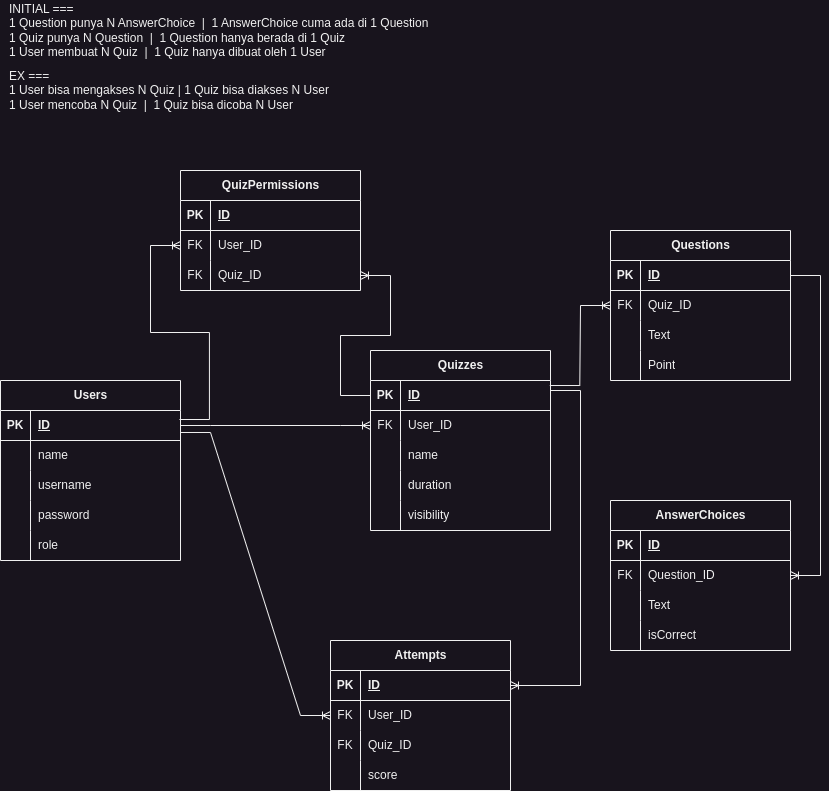
The draw.io diagram misc/quizSchema.png in Yuquiz/Yuquiz-BE, before a commit. Source tidied: cells renumbered, new cells last; positions are measured from the earlier drawing's top-left corner, leaving out a move shared by most shapes.
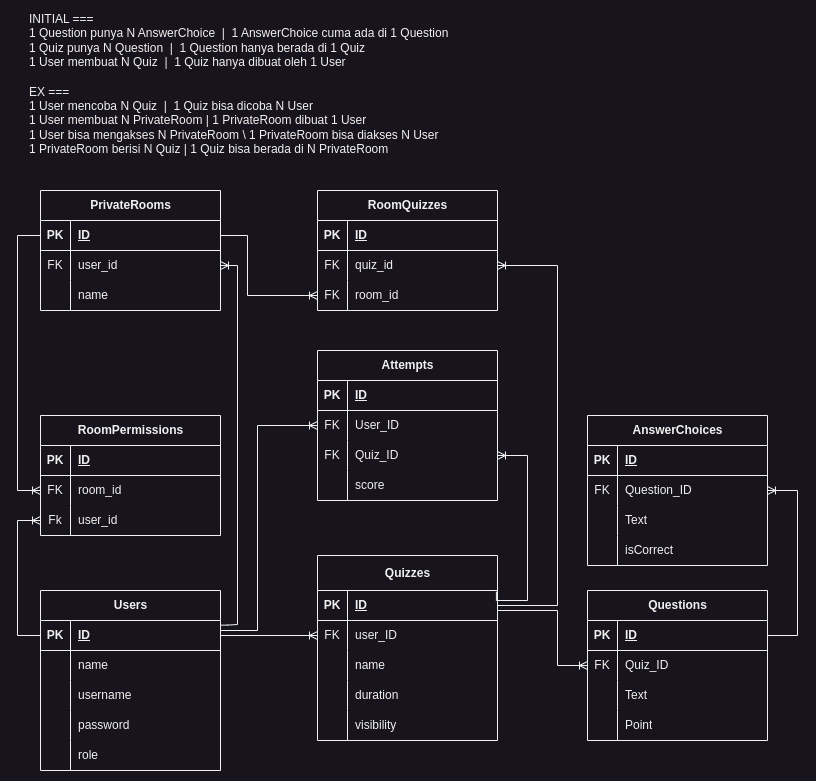
The same diagram one commit later.

Change to the diagram source:
```diff
@@ -5,3 +5,3 @@
     <mxCell id="2" value="Questions" style="shape=table;startSize=30;rowLines=0;fontStyle=1;align=center;html=1;" parent="1" vertex="1">
-      <mxGeometry x="610" y="230" width="180" height="150" as="geometry" />
+      <mxGeometry x="597" y="510" width="180" height="150" as="geometry" />
     </mxCell>
@@ -44,3 +44,3 @@
     <mxCell id="15" value="AnswerChoices" style="shape=table;startSize=30;rowLines=0;fontStyle=1;align=center;html=1;" parent="1" vertex="1">
-      <mxGeometry x="610" y="500" width="180" height="150" as="geometry" />
+      <mxGeometry x="597" y="335" width="180" height="150" as="geometry" />
     </mxCell>
@@ -83,9 +83,9 @@
     <mxCell id="28" value="INITIAL ===&lt;br&gt;1 Question punya N AnswerChoice&amp;nbsp; |&amp;nbsp; 1 AnswerChoice cuma ada di 1 Question&lt;br&gt;1 Quiz punya N Question&amp;nbsp; |&amp;nbsp; 1 Question hanya berada di 1 Quiz&lt;br&gt;1 User membuat N Quiz&amp;nbsp; |&amp;nbsp; 1 Quiz hanya dibuat oleh 1 User" style="text;html=1;strokeColor=none;fillColor=none;align=left;verticalAlign=middle;whiteSpace=wrap;rounded=0;" parent="1" vertex="1">
-      <mxGeometry x="7" width="430" height="60" as="geometry" />
+      <mxGeometry x="37" y="-70" width="430" height="60" as="geometry" />
     </mxCell>
-    <mxCell id="29" value="Quizzes" style="shape=table;startSize=30;rowLines=0;fontStyle=1;align=center;html=1;" parent="1" vertex="1">
-      <mxGeometry x="370" y="350" width="180" height="180" as="geometry" />
+    <mxCell id="29" value="Quizzes" style="shape=table;startSize=35;rowLines=0;fontStyle=1;align=center;html=1;" parent="1" vertex="1">
+      <mxGeometry x="327" y="475" width="180" height="185" as="geometry" />
     </mxCell>
     <mxCell id="30" style="shape=tableRow;horizontal=0;startSize=0;swimlaneHead=0;swimlaneBody=0;fillColor=none;points=[[0,0.5],[1,0.5]];portConstraint=eastwest;top=0;left=0;right=0;bottom=1;" parent="29" vertex="1">
-      <mxGeometry y="30" width="180" height="30" as="geometry" />
+      <mxGeometry y="35" width="180" height="30" as="geometry" />
     </mxCell>
@@ -98,3 +98,3 @@
     <mxCell id="33" style="shape=tableRow;horizontal=0;startSize=0;swimlaneHead=0;swimlaneBody=0;fillColor=none;points=[[0,0.5],[1,0.5]];portConstraint=eastwest;top=0;left=0;right=0;bottom=0;" parent="29" vertex="1">
-      <mxGeometry y="60" width="180" height="30" as="geometry" />
+      <mxGeometry y="65" width="180" height="30" as="geometry" />
     </mxCell>
@@ -103,3 +103,3 @@
     </mxCell>
-    <mxCell id="35" value="User_ID" style="shape=partialRectangle;fillColor=none;top=0;left=0;bottom=0;right=0;align=left;spacingLeft=6;overflow=hidden;whiteSpace=wrap;html=1;" parent="33" vertex="1">
+    <mxCell id="35" value="user_ID" style="shape=partialRectangle;fillColor=none;top=0;left=0;bottom=0;right=0;align=left;spacingLeft=6;overflow=hidden;whiteSpace=wrap;html=1;" parent="33" vertex="1">
       <mxGeometry x="30" width="150" height="30" as="geometry" />
@@ -107,3 +107,3 @@
     <mxCell id="36" style="shape=tableRow;horizontal=0;startSize=0;swimlaneHead=0;swimlaneBody=0;fillColor=none;top=0;left=0;right=0;bottom=0;" parent="29" vertex="1">
-      <mxGeometry y="90" width="180" height="30" as="geometry" />
+      <mxGeometry y="95" width="180" height="30" as="geometry" />
     </mxCell>
@@ -116,3 +116,3 @@
     <mxCell id="39" style="shape=tableRow;horizontal=0;startSize=0;swimlaneHead=0;swimlaneBody=0;fillColor=none;top=0;left=0;right=0;bottom=0;" parent="29" vertex="1">
-      <mxGeometry y="120" width="180" height="30" as="geometry" />
+      <mxGeometry y="125" width="180" height="30" as="geometry" />
     </mxCell>
@@ -125,3 +125,3 @@
     <mxCell id="42" style="shape=tableRow;horizontal=0;startSize=0;swimlaneHead=0;swimlaneBody=0;fillColor=none;top=0;left=0;right=0;bottom=0;" parent="29" vertex="1">
-      <mxGeometry y="150" width="180" height="30" as="geometry" />
+      <mxGeometry y="155" width="180" height="30" as="geometry" />
     </mxCell>
@@ -134,3 +134,3 @@
     <mxCell id="45" value="Users" style="shape=table;startSize=30;rowLines=0;fontStyle=1;align=center;html=1;" parent="1" vertex="1">
-      <mxGeometry y="380" width="180" height="180" as="geometry" />
+      <mxGeometry x="50" y="510" width="180" height="180" as="geometry" />
     </mxCell>
@@ -181,4 +181,8 @@
     </mxCell>
-    <mxCell id="61" style="edgeStyle=entityRelationEdgeStyle;fontSize=12;html=1;endArrow=ERoneToMany;rounded=0;exitX=1;exitY=0.5;exitDx=0;exitDy=0;entryX=0;entryY=0.5;entryDx=0;entryDy=0;" parent="1" edge="1" source="46" target="33">
-      <mxGeometry relative="1" as="geometry" />
+    <mxCell id="61" style="edgeStyle=orthogonalEdgeStyle;fontSize=12;html=1;endArrow=ERoneToMany;rounded=0;entryX=0;entryY=0.5;entryDx=0;entryDy=0;exitX=1;exitY=0.5;exitDx=0;exitDy=0;" parent="1" edge="1" source="46" target="33">
+      <mxGeometry relative="1" as="geometry">
+        <Array as="points">
+          <mxPoint x="327" y="555" />
+        </Array>
+      </mxGeometry>
     </mxCell>
@@ -187,3 +191,3 @@
         <Array as="points">
-          <mxPoint x="790" y="540" />
+          <mxPoint x="810" y="340" />
         </Array>
@@ -191,6 +195,8 @@
     </mxCell>
-    <mxCell id="63" style="edgeStyle=entityRelationEdgeStyle;fontSize=12;html=1;endArrow=ERoneToMany;rounded=0;entryX=0;entryY=0.5;entryDx=0;entryDy=0;exitX=0.996;exitY=0.167;exitDx=0;exitDy=0;exitPerimeter=0;" parent="1" edge="1" source="30" target="6">
+    <mxCell id="63" style="edgeStyle=orthogonalEdgeStyle;fontSize=12;html=1;endArrow=ERoneToMany;rounded=0;entryX=0;entryY=0.5;entryDx=0;entryDy=0;exitX=1;exitY=0.5;exitDx=0;exitDy=0;" parent="1" edge="1" source="30" target="6">
       <mxGeometry relative="1" as="geometry">
         <Array as="points">
-          <mxPoint x="560" y="380" />
+          <mxPoint x="507" y="530" />
+          <mxPoint x="567" y="530" />
+          <mxPoint x="567" y="585" />
         </Array>
@@ -198,7 +204,7 @@
     </mxCell>
-    <mxCell id="64" value="EX ===&lt;br&gt;1 User bisa mengakses N Quiz | 1 Quiz bisa diakses N User&lt;br&gt;1 User mencoba N Quiz&amp;nbsp; |&amp;nbsp; 1 Quiz bisa dicoba N User" style="text;html=1;strokeColor=none;fillColor=none;align=left;verticalAlign=middle;whiteSpace=wrap;rounded=0;" parent="1" vertex="1">
-      <mxGeometry x="7" y="60" width="430" height="60" as="geometry" />
+    <mxCell id="64" value="EX ===&lt;br&gt;1 User mencoba N Quiz&amp;nbsp; |&amp;nbsp; 1 Quiz bisa dicoba N User&lt;br&gt;1 User membuat N PrivateRoom | 1 PrivateRoom dibuat 1 User&lt;br&gt;1 User bisa mengakses N PrivateRoom \ 1 PrivateRoom bisa diakses N User&lt;br&gt;1 PrivateRoom berisi N Quiz | 1 Quiz bisa berada di N PrivateRoom" style="text;html=1;strokeColor=none;fillColor=none;align=left;verticalAlign=middle;whiteSpace=wrap;rounded=0;" parent="1" vertex="1">
+      <mxGeometry x="37" y="10" width="430" height="60" as="geometry" />
     </mxCell>
     <mxCell id="65" value="Attempts" style="shape=table;startSize=30;rowLines=0;fontStyle=1;align=center;html=1;" parent="1" vertex="1">
-      <mxGeometry x="330" y="640" width="180" height="150" as="geometry" />
+      <mxGeometry x="327" y="270" width="180" height="150" as="geometry" />
     </mxCell>
@@ -240,53 +246,8 @@
     </mxCell>
-    <mxCell id="78" value="QuizPermissions" style="shape=table;startSize=30;rowLines=0;fontStyle=1;align=center;html=1;" parent="1" vertex="1">
-      <mxGeometry x="180" y="170" width="180" height="120" as="geometry" />
-    </mxCell>
-    <mxCell id="79" style="shape=tableRow;horizontal=0;startSize=0;swimlaneHead=0;swimlaneBody=0;fillColor=none;top=0;left=0;right=0;bottom=1;" parent="78" vertex="1">
-      <mxGeometry y="30" width="180" height="30" as="geometry" />
-    </mxCell>
-    <mxCell id="80" value="PK" style="shape=partialRectangle;fillColor=none;top=0;left=0;bottom=0;right=0;fontStyle=1;overflow=hidden;whiteSpace=wrap;html=1;" parent="79" vertex="1">
-      <mxGeometry width="30" height="30" as="geometry" />
-    </mxCell>
-    <mxCell id="81" value="ID" style="shape=partialRectangle;fillColor=none;top=0;left=0;bottom=0;right=0;align=left;spacingLeft=6;fontStyle=5;overflow=hidden;whiteSpace=wrap;html=1;" parent="79" vertex="1">
-      <mxGeometry x="30" width="150" height="30" as="geometry" />
-    </mxCell>
-    <mxCell id="82" style="shape=tableRow;horizontal=0;startSize=0;swimlaneHead=0;swimlaneBody=0;fillColor=none;points=[[0,0.5],[1,0.5]];portConstraint=eastwest;top=0;left=0;right=0;bottom=0;" parent="78" vertex="1">
-      <mxGeometry y="60" width="180" height="30" as="geometry" />
-    </mxCell>
-    <mxCell id="83" value="FK" style="shape=partialRectangle;fillColor=none;top=0;left=0;bottom=0;right=0;overflow=hidden;whiteSpace=wrap;html=1;" parent="82" vertex="1">
-      <mxGeometry width="30" height="30" as="geometry" />
-    </mxCell>
-    <mxCell id="84" value="User_ID" style="shape=partialRectangle;fillColor=none;top=0;left=0;bottom=0;right=0;align=left;spacingLeft=6;overflow=hidden;whiteSpace=wrap;html=1;" parent="82" vertex="1">
-      <mxGeometry x="30" width="150" height="30" as="geometry" />
-    </mxCell>
-    <mxCell id="85" style="shape=tableRow;horizontal=0;startSize=0;swimlaneHead=0;swimlaneBody=0;fillColor=none;points=[[0,0.5],[1,0.5]];portConstraint=eastwest;top=0;left=0;right=0;bottom=0;" parent="78" vertex="1">
-      <mxGeometry y="90" width="180" height="30" as="geometry" />
-    </mxCell>
-    <mxCell id="86" value="FK" style="shape=partialRectangle;fillColor=none;top=0;left=0;bottom=0;right=0;overflow=hidden;whiteSpace=wrap;html=1;" parent="85" vertex="1">
-      <mxGeometry width="30" height="30" as="geometry" />
-    </mxCell>
-    <mxCell id="87" value="Quiz_ID" style="shape=partialRectangle;fillColor=none;top=0;left=0;bottom=0;right=0;align=left;spacingLeft=6;overflow=hidden;whiteSpace=wrap;html=1;" parent="85" vertex="1">
-      <mxGeometry x="30" width="150" height="30" as="geometry" />
-    </mxCell>
-    <mxCell id="88" style="edgeStyle=entityRelationEdgeStyle;fontSize=12;html=1;endArrow=ERoneToMany;rounded=0;entryX=0;entryY=0.5;entryDx=0;entryDy=0;exitX=0.994;exitY=0.3;exitDx=0;exitDy=0;exitPerimeter=0;" parent="1" edge="1" source="46" target="82">
-      <mxGeometry relative="1" as="geometry">
-        <Array as="points">
-          <mxPoint x="120" y="300" />
-        </Array>
-      </mxGeometry>
-    </mxCell>
-    <mxCell id="89" style="edgeStyle=entityRelationEdgeStyle;fontSize=12;html=1;endArrow=ERoneToMany;rounded=0;exitX=0;exitY=0.5;exitDx=0;exitDy=0;entryX=1;entryY=0.5;entryDx=0;entryDy=0;" parent="1" edge="1" source="30" target="85">
-      <mxGeometry relative="1" as="geometry">
-        <Array as="points">
-          <mxPoint x="460" y="290" />
-          <mxPoint x="450" y="280" />
-          <mxPoint x="130" y="310" />
-        </Array>
-      </mxGeometry>
-    </mxCell>
-    <mxCell id="90" style="edgeStyle=entityRelationEdgeStyle;fontSize=12;html=1;endArrow=ERoneToMany;rounded=0;exitX=1;exitY=-0.267;exitDx=0;exitDy=0;entryX=0;entryY=0.5;entryDx=0;entryDy=0;exitPerimeter=0;" parent="1" edge="1" source="49" target="69">
+    <mxCell id="90" style="edgeStyle=orthogonalEdgeStyle;fontSize=12;html=1;endArrow=ERoneToMany;rounded=0;entryX=0;entryY=0.5;entryDx=0;entryDy=0;exitX=1;exitY=0.152;exitDx=0;exitDy=0;exitPerimeter=0;" parent="1" edge="1" source="46" target="69">
       <mxGeometry relative="1" as="geometry">
         <Array as="points">
-          <mxPoint x="180" y="580" />
-          <mxPoint x="240" y="580" />
+          <mxPoint x="230" y="550" />
+          <mxPoint x="267" y="550" />
+          <mxPoint x="267" y="345" />
         </Array>
@@ -294,10 +255,8 @@
     </mxCell>
-    <mxCell id="91" style="edgeStyle=entityRelationEdgeStyle;fontSize=12;html=1;endArrow=ERoneToMany;rounded=0;entryX=1;entryY=0.5;entryDx=0;entryDy=0;" parent="1" edge="1" target="66">
+    <mxCell id="91" style="edgeStyle=orthogonalEdgeStyle;fontSize=12;html=1;endArrow=ERoneToMany;rounded=0;entryX=1;entryY=0.5;entryDx=0;entryDy=0;exitX=0.994;exitY=0.041;exitDx=0;exitDy=0;exitPerimeter=0;" parent="1" edge="1" source="30" target="72">
       <mxGeometry relative="1" as="geometry">
-        <mxPoint x="550" y="390" as="sourcePoint" />
         <Array as="points">
-          <mxPoint x="470" y="300" />
-          <mxPoint x="460" y="290" />
-          <mxPoint x="140" y="320" />
-          <mxPoint x="560" y="610" />
+          <mxPoint x="506" y="520" />
+          <mxPoint x="537" y="520" />
+          <mxPoint x="537" y="375" />
         </Array>
@@ -305,2 +264,134 @@
     </mxCell>
+    <mxCell id="92" value="RoomPermissions" style="shape=table;startSize=30;rowLines=0;fontStyle=1;align=center;html=1;" parent="1" vertex="1">
+      <mxGeometry x="50" y="335" width="180" height="120" as="geometry" />
+    </mxCell>
+    <mxCell id="93" style="shape=tableRow;horizontal=0;startSize=0;swimlaneHead=0;swimlaneBody=0;fillColor=none;top=0;left=0;right=0;bottom=1;" parent="92" vertex="1">
+      <mxGeometry y="30" width="180" height="30" as="geometry" />
+    </mxCell>
+    <mxCell id="94" value="PK" style="shape=partialRectangle;fillColor=none;top=0;left=0;bottom=0;right=0;fontStyle=1;overflow=hidden;whiteSpace=wrap;html=1;" parent="93" vertex="1">
+      <mxGeometry width="30" height="30" as="geometry" />
+    </mxCell>
+    <mxCell id="95" value="ID" style="shape=partialRectangle;fillColor=none;top=0;left=0;bottom=0;right=0;align=left;spacingLeft=6;fontStyle=5;overflow=hidden;whiteSpace=wrap;html=1;" parent="93" vertex="1">
+      <mxGeometry x="30" width="150" height="30" as="geometry" />
+    </mxCell>
+    <mxCell id="96" style="shape=tableRow;horizontal=0;startSize=0;swimlaneHead=0;swimlaneBody=0;fillColor=none;points=[[0,0.5],[1,0.5]];portConstraint=eastwest;top=0;left=0;right=0;bottom=0;" parent="92" vertex="1">
+      <mxGeometry y="60" width="180" height="30" as="geometry" />
+    </mxCell>
+    <mxCell id="97" value="FK" style="shape=partialRectangle;fillColor=none;top=0;left=0;bottom=0;right=0;overflow=hidden;whiteSpace=wrap;html=1;" parent="96" vertex="1">
+      <mxGeometry width="30" height="30" as="geometry" />
+    </mxCell>
+    <mxCell id="98" value="room_id" style="shape=partialRectangle;fillColor=none;top=0;left=0;bottom=0;right=0;align=left;spacingLeft=6;overflow=hidden;whiteSpace=wrap;html=1;" parent="96" vertex="1">
+      <mxGeometry x="30" width="150" height="30" as="geometry" />
+    </mxCell>
+    <mxCell id="99" style="shape=tableRow;horizontal=0;startSize=0;swimlaneHead=0;swimlaneBody=0;fillColor=none;points=[[0,0.5],[1,0.5]];portConstraint=eastwest;top=0;left=0;right=0;bottom=0;" parent="92" vertex="1">
+      <mxGeometry y="90" width="180" height="30" as="geometry" />
+    </mxCell>
+    <mxCell id="100" value="Fk" style="shape=partialRectangle;fillColor=none;top=0;left=0;bottom=0;right=0;overflow=hidden;whiteSpace=wrap;html=1;" parent="99" vertex="1">
+      <mxGeometry width="30" height="30" as="geometry" />
+    </mxCell>
+    <mxCell id="101" value="user_id" style="shape=partialRectangle;fillColor=none;top=0;left=0;bottom=0;right=0;align=left;spacingLeft=6;overflow=hidden;whiteSpace=wrap;html=1;" parent="99" vertex="1">
+      <mxGeometry x="30" width="150" height="30" as="geometry" />
+    </mxCell>
+    <mxCell id="102" value="RoomQuizzes" style="shape=table;startSize=30;rowLines=0;fontStyle=1;align=center;html=1;" parent="1" vertex="1">
+      <mxGeometry x="327" y="110" width="180" height="120" as="geometry" />
+    </mxCell>
+    <mxCell id="103" style="shape=tableRow;horizontal=0;startSize=0;swimlaneHead=0;swimlaneBody=0;fillColor=none;top=0;left=0;right=0;bottom=1;" parent="102" vertex="1">
+      <mxGeometry y="30" width="180" height="30" as="geometry" />
+    </mxCell>
+    <mxCell id="104" value="PK" style="shape=partialRectangle;fillColor=none;top=0;left=0;bottom=0;right=0;fontStyle=1;overflow=hidden;whiteSpace=wrap;html=1;" parent="103" vertex="1">
+      <mxGeometry width="30" height="30" as="geometry" />
+    </mxCell>
+    <mxCell id="105" value="ID" style="shape=partialRectangle;fillColor=none;top=0;left=0;bottom=0;right=0;align=left;spacingLeft=6;fontStyle=5;overflow=hidden;whiteSpace=wrap;html=1;" parent="103" vertex="1">
+      <mxGeometry x="30" width="150" height="30" as="geometry" />
+    </mxCell>
+    <mxCell id="106" style="shape=tableRow;horizontal=0;startSize=0;swimlaneHead=0;swimlaneBody=0;fillColor=none;points=[[0,0.5],[1,0.5]];portConstraint=eastwest;top=0;left=0;right=0;bottom=0;" parent="102" vertex="1">
+      <mxGeometry y="60" width="180" height="30" as="geometry" />
+    </mxCell>
+    <mxCell id="107" value="FK" style="shape=partialRectangle;fillColor=none;top=0;left=0;bottom=0;right=0;overflow=hidden;whiteSpace=wrap;html=1;" parent="106" vertex="1">
+      <mxGeometry width="30" height="30" as="geometry" />
+    </mxCell>
+    <mxCell id="108" value="quiz_id" style="shape=partialRectangle;fillColor=none;top=0;left=0;bottom=0;right=0;align=left;spacingLeft=6;overflow=hidden;whiteSpace=wrap;html=1;" parent="106" vertex="1">
+      <mxGeometry x="30" width="150" height="30" as="geometry" />
+    </mxCell>
+    <mxCell id="109" style="shape=tableRow;horizontal=0;startSize=0;swimlaneHead=0;swimlaneBody=0;fillColor=none;points=[[0,0.5],[1,0.5]];portConstraint=eastwest;top=0;left=0;right=0;bottom=0;" parent="102" vertex="1">
+      <mxGeometry y="90" width="180" height="30" as="geometry" />
+    </mxCell>
+    <mxCell id="110" value="FK" style="shape=partialRectangle;fillColor=none;top=0;left=0;bottom=0;right=0;overflow=hidden;whiteSpace=wrap;html=1;" parent="109" vertex="1">
+      <mxGeometry width="30" height="30" as="geometry" />
+    </mxCell>
+    <mxCell id="111" value="room_id" style="shape=partialRectangle;fillColor=none;top=0;left=0;bottom=0;right=0;align=left;spacingLeft=6;overflow=hidden;whiteSpace=wrap;html=1;" parent="109" vertex="1">
+      <mxGeometry x="30" width="150" height="30" as="geometry" />
+    </mxCell>
+    <mxCell id="112" style="edgeStyle=orthogonalEdgeStyle;fontSize=12;html=1;endArrow=ERoneToMany;rounded=0;exitX=1.001;exitY=0.188;exitDx=0;exitDy=0;exitPerimeter=0;entryX=1;entryY=0.5;entryDx=0;entryDy=0;" parent="1" edge="1" target="117">
+      <mxGeometry relative="1" as="geometry">
+        <mxPoint x="230.2" y="544.6" as="sourcePoint" />
+        <Array as="points">
+          <mxPoint x="237" y="545" />
+          <mxPoint x="247" y="544" />
+          <mxPoint x="247" y="375" />
+        </Array>
+      </mxGeometry>
+    </mxCell>
+    <mxCell id="113" value="PrivateRooms" style="shape=table;startSize=30;rowLines=0;fontStyle=1;align=center;html=1;" parent="1" vertex="1">
+      <mxGeometry x="50" y="110" width="180" height="120" as="geometry" />
+    </mxCell>
+    <mxCell id="114" style="shape=tableRow;horizontal=0;startSize=0;swimlaneHead=0;swimlaneBody=0;fillColor=none;points=[[0,0.5],[1,0.5]];portConstraint=eastwest;top=0;left=0;right=0;bottom=1;" parent="113" vertex="1">
+      <mxGeometry y="30" width="180" height="30" as="geometry" />
+    </mxCell>
+    <mxCell id="115" value="PK" style="shape=partialRectangle;fillColor=none;top=0;left=0;bottom=0;right=0;fontStyle=1;overflow=hidden;whiteSpace=wrap;html=1;" parent="114" vertex="1">
+      <mxGeometry width="30" height="30" as="geometry" />
+    </mxCell>
+    <mxCell id="116" value="ID" style="shape=partialRectangle;fillColor=none;top=0;left=0;bottom=0;right=0;align=left;spacingLeft=6;fontStyle=5;overflow=hidden;whiteSpace=wrap;html=1;" parent="114" vertex="1">
+      <mxGeometry x="30" width="150" height="30" as="geometry" />
+    </mxCell>
+    <mxCell id="117" style="shape=tableRow;horizontal=0;startSize=0;swimlaneHead=0;swimlaneBody=0;fillColor=none;points=[[0,0.5],[1,0.5]];portConstraint=eastwest;top=0;left=0;right=0;bottom=0;" parent="113" vertex="1">
+      <mxGeometry y="60" width="180" height="30" as="geometry" />
+    </mxCell>
+    <mxCell id="118" value="FK" style="shape=partialRectangle;fillColor=none;top=0;left=0;bottom=0;right=0;overflow=hidden;whiteSpace=wrap;html=1;" parent="117" vertex="1">
+      <mxGeometry width="30" height="30" as="geometry" />
+    </mxCell>
+    <mxCell id="119" value="user_id" style="shape=partialRectangle;fillColor=none;top=0;left=0;bottom=0;right=0;align=left;spacingLeft=6;overflow=hidden;whiteSpace=wrap;html=1;" parent="117" vertex="1">
+      <mxGeometry x="30" width="150" height="30" as="geometry" />
+    </mxCell>
+    <mxCell id="120" style="shape=tableRow;horizontal=0;startSize=0;swimlaneHead=0;swimlaneBody=0;fillColor=none;top=0;left=0;right=0;bottom=0;" parent="113" vertex="1">
+      <mxGeometry y="90" width="180" height="30" as="geometry" />
+    </mxCell>
+    <mxCell id="121" style="shape=partialRectangle;fillColor=none;top=0;left=0;bottom=0;right=0;overflow=hidden;whiteSpace=wrap;html=1;" parent="120" vertex="1">
+      <mxGeometry width="30" height="30" as="geometry" />
+    </mxCell>
+    <mxCell id="122" value="name" style="shape=partialRectangle;fillColor=none;top=0;left=0;bottom=0;right=0;align=left;spacingLeft=6;overflow=hidden;whiteSpace=wrap;html=1;" parent="120" vertex="1">
+      <mxGeometry x="30" width="150" height="30" as="geometry" />
+    </mxCell>
+    <mxCell id="123" style="edgeStyle=orthogonalEdgeStyle;fontSize=12;html=1;endArrow=ERoneToMany;rounded=0;exitX=0;exitY=0.5;exitDx=0;exitDy=0;entryX=0;entryY=0.5;entryDx=0;entryDy=0;" parent="1" edge="1" source="114" target="96">
+      <mxGeometry relative="1" as="geometry">
+        <Array as="points">
+          <mxPoint x="27" y="155" />
+          <mxPoint x="27" y="410" />
+        </Array>
+      </mxGeometry>
+    </mxCell>
+    <mxCell id="124" style="edgeStyle=orthogonalEdgeStyle;fontSize=12;html=1;endArrow=ERoneToMany;rounded=0;entryX=0;entryY=0.5;entryDx=0;entryDy=0;exitX=0;exitY=0.5;exitDx=0;exitDy=0;" parent="1" edge="1" source="46" target="99">
+      <mxGeometry relative="1" as="geometry">
+        <Array as="points">
+          <mxPoint x="27" y="555" />
+          <mxPoint x="27" y="440" />
+        </Array>
+      </mxGeometry>
+    </mxCell>
+    <mxCell id="125" style="edgeStyle=orthogonalEdgeStyle;fontSize=12;html=1;endArrow=ERoneToMany;rounded=0;entryX=1;entryY=0.5;entryDx=0;entryDy=0;exitX=1;exitY=0.5;exitDx=0;exitDy=0;" parent="1" edge="1" source="30" target="106">
+      <mxGeometry relative="1" as="geometry">
+        <Array as="points">
+          <mxPoint x="567" y="525" />
+          <mxPoint x="567" y="185" />
+        </Array>
+      </mxGeometry>
+    </mxCell>
+    <mxCell id="126" style="edgeStyle=orthogonalEdgeStyle;fontSize=12;html=1;endArrow=ERoneToMany;rounded=0;exitX=1;exitY=0.5;exitDx=0;exitDy=0;entryX=0;entryY=0.5;entryDx=0;entryDy=0;" parent="1" edge="1" source="114" target="109">
+      <mxGeometry relative="1" as="geometry">
+        <Array as="points">
+          <mxPoint x="257" y="155" />
+          <mxPoint x="257" y="215" />
+        </Array>
+      </mxGeometry>
+    </mxCell>
   </root>
```
